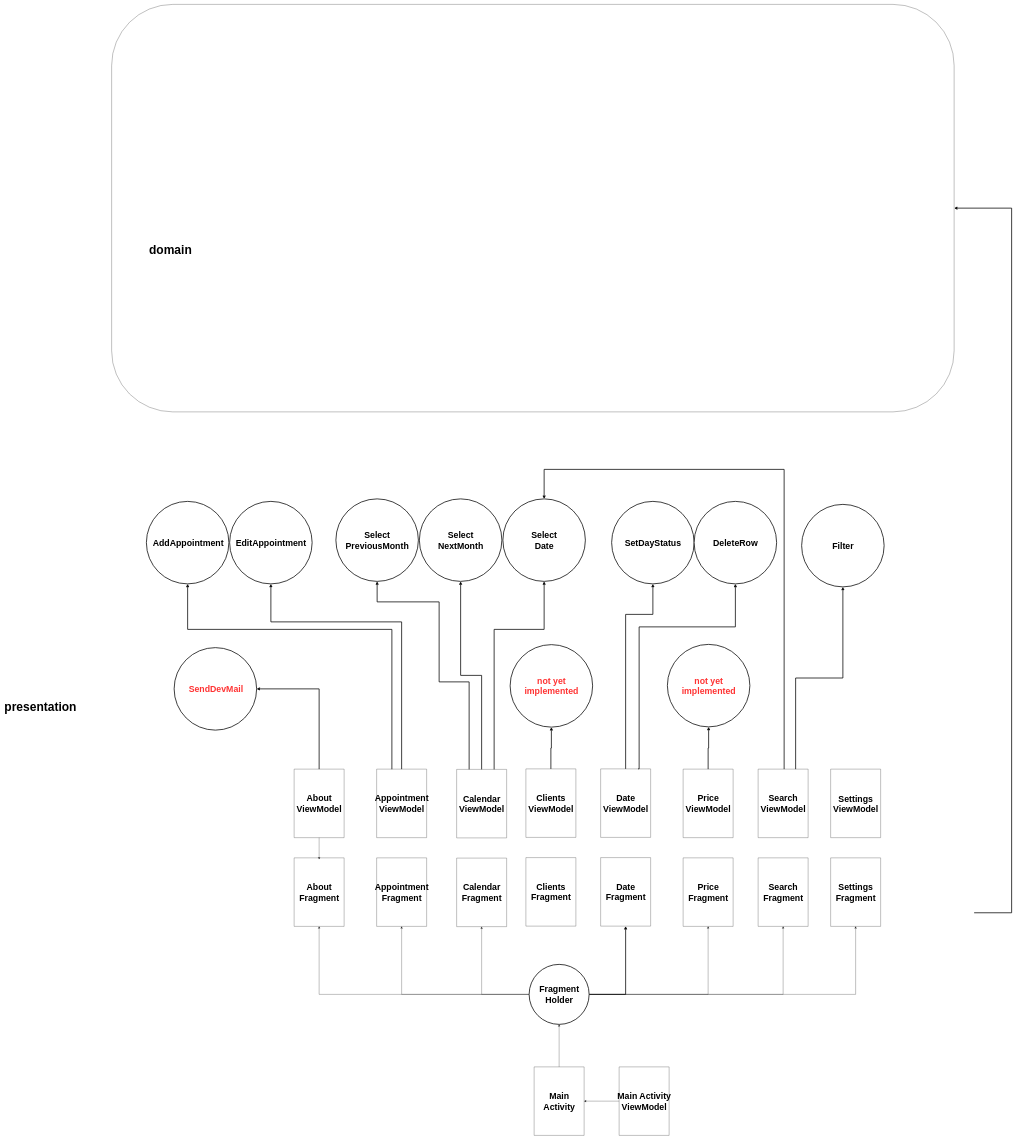
Above: Диаграмма без названия.drawio in lemmiwinks1551/MySchedule (draw.io), before the change. Source tidied: cells renumbered, new cells numbered last; positions are measured from the earlier drawing's top-left corner, leaving out a move shared by most shapes. Both pictures are drawn from the tidied source at 25%, with x=0, y=0 at pixel (19, 4).
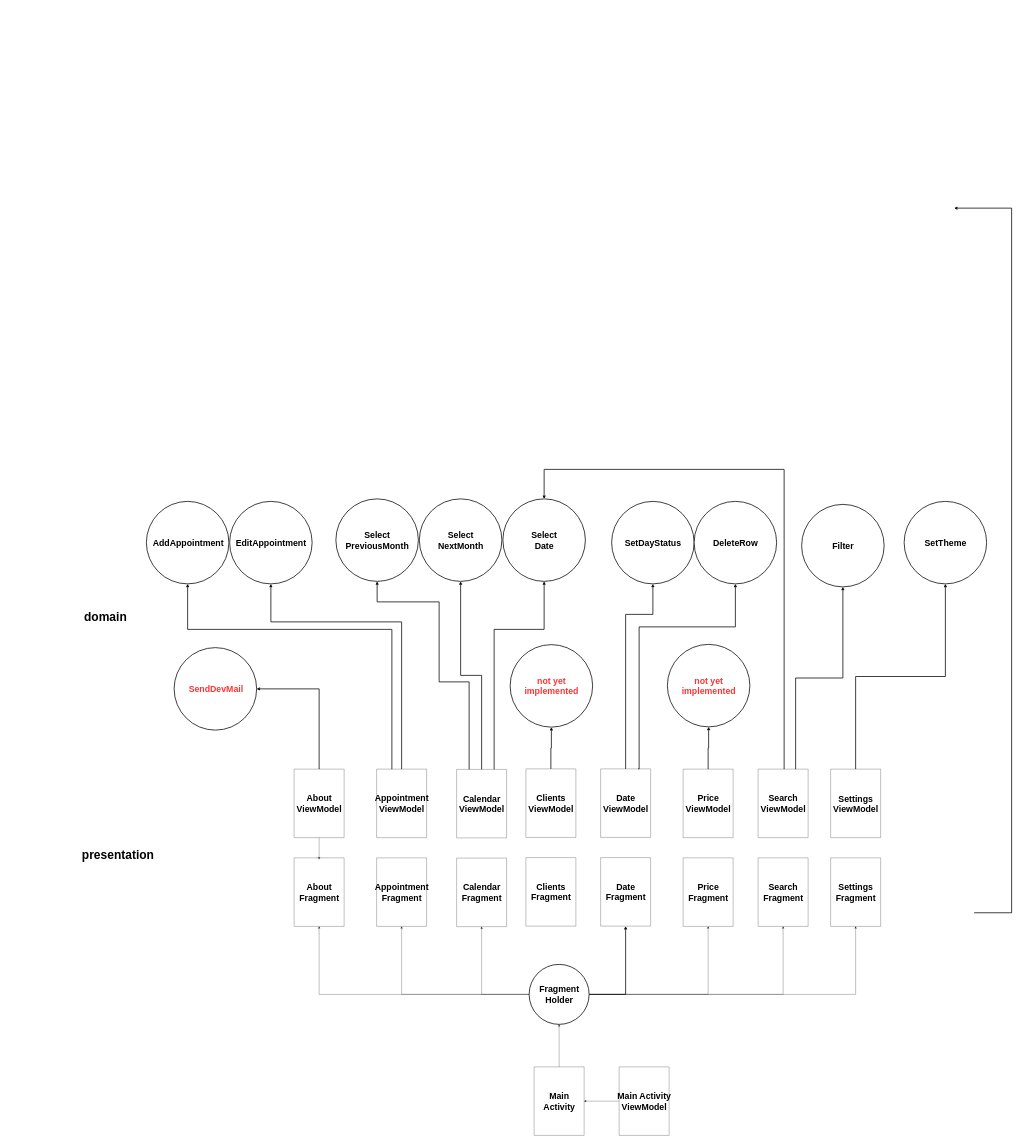
After the change.

The change refers to these unchanged cells:
```xml
<mxCell id="51" style="swimlane;startSize=0;" parent="1" vertex="1">
  <mxGeometry x="3246" y="3059" width="200" height="274.1" as="geometry" />
</mxCell>
```

Change to the diagram source:
```diff
@@
-    <mxCell id="2" style="rounded=1;whiteSpace=wrap;html=1;" parent="1" vertex="1">
-      <mxGeometry x="370" width="3370" height="1630" as="geometry" />
-    </mxCell>
     <mxCell id="3" value="domain" style="text;strokeColor=none;fillColor=none;html=1;fontSize=48;fontStyle=1;verticalAlign=middle;align=center;strokeWidth=3;" parent="1" vertex="1">
-      <mxGeometry x="520" y="960" width="170" height="40" as="geometry" />
+      <mxGeometry x="260" y="2430" width="170" height="40" as="geometry" />
     </mxCell>
@@
     <mxCell id="5" value="presentation" style="text;strokeColor=none;fillColor=none;html=1;fontSize=48;fontStyle=1;verticalAlign=middle;align=center;strokeWidth=3;" parent="1" vertex="1">
-      <mxGeometry y="2790" width="170" height="40" as="geometry" />
+      <mxGeometry x="310" y="3380" width="170" height="40" as="geometry" />
     </mxCell>
@@
-    <mxCell id="25" style="edgeStyle=orthogonalEdgeStyle;rounded=0;jumpSize=11;jettySize=auto;html=1;entryX=1;entryY=0.5;entryDx=0;entryDy=0;strokeWidth=3;fontSize=28;fontColor=#000000000;" parent="1" edge="1" target="2">
+    <mxCell id="25" style="edgeStyle=orthogonalEdgeStyle;rounded=0;jumpSize=11;orthogonalLoop=1;jettySize=auto;html=1;entryX=1;entryY=0.5;entryDx=0;entryDy=0;strokeWidth=3;fontSize=28;fontColor=#000000000;" parent="1" edge="1">
       <mxGeometry relative="1" as="geometry">
         <mxPoint x="3820" y="3633.6" as="sourcePoint" />
+        <mxPoint x="3740" y="815" as="targetPoint" />
         <Array as="points">
           <mxPoint x="3970" y="3634" />
           <mxPoint x="3970" y="815" />
         </Array>
       </mxGeometry>
     </mxCell>
@@
+    <mxCell id="97" style="edgeStyle=orthogonalEdgeStyle;rounded=0;jumpSize=11;jettySize=auto;html=1;entryX=0.5;entryY=1;entryDx=0;entryDy=0;strokeWidth=3;fontSize=35;fontColor=#FF3333;exitX=0.5;exitY=0;exitDx=0;exitDy=0;" parent="1" edge="1" source="51" target="98">
+      <mxGeometry relative="1" as="geometry" />
+    </mxCell>
@@
+    <mxCell id="98" style="ellipse;whiteSpace=wrap;html=1;strokeWidth=3;fontSize=48;" parent="1" vertex="1">
+      <mxGeometry x="3540" y="1988" width="330" height="330" as="geometry" />
+    </mxCell>
+    <mxCell id="99" value="SetTheme" style="text;strokeColor=none;fillColor=none;html=1;fontSize=35;fontStyle=1;verticalAlign=middle;align=center;strokeWidth=3;fontColor=#000000000;" parent="1" vertex="1">
+      <mxGeometry x="3655" y="2133" width="100" height="40" as="geometry" />
+    </mxCell>
```
